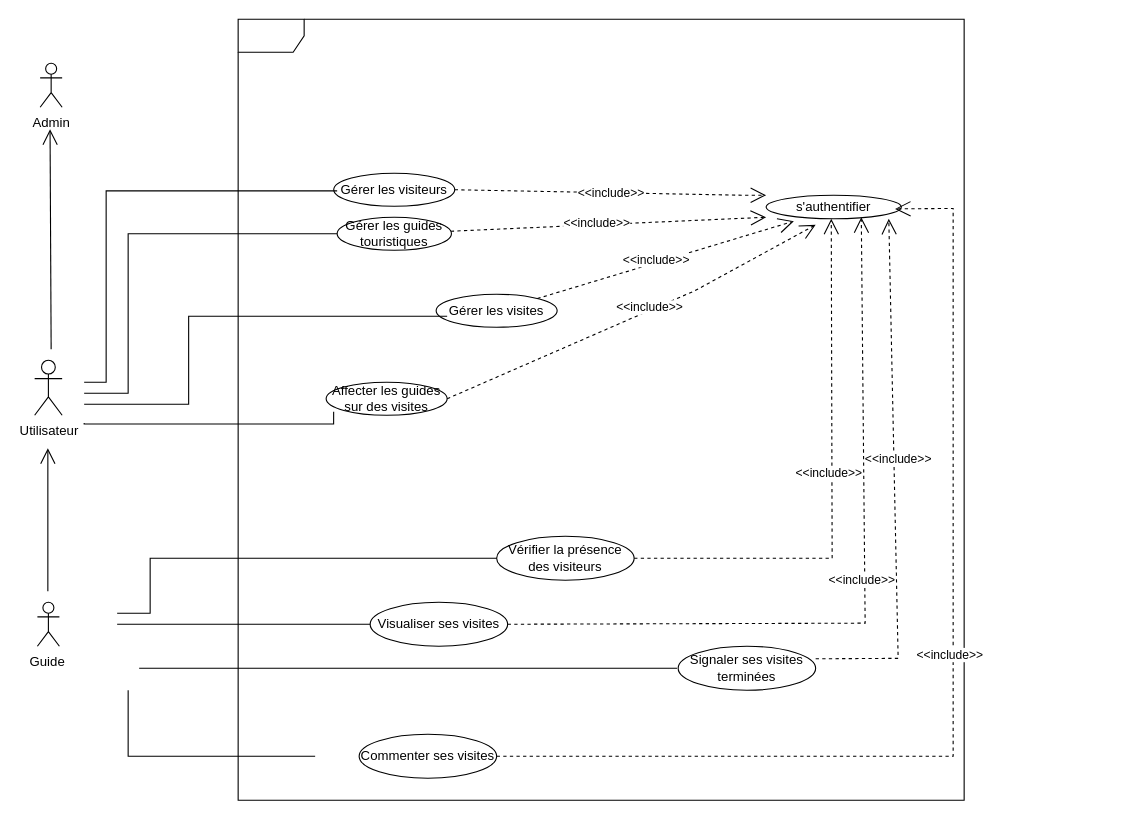
Above: Docs/Diagrammes/Diagramme de cas d'utilisation.drawio in fresnel25/Travel_Paradise_Project (draw.io), before the change. Source tidied: cells renumbered, new cells numbered last; positions are measured from the earlier drawing's top-left corner, leaving out a move shared by most shapes. Both pictures are drawn from the tidied source at 110%, with x=0, y=0 at pixel (34, 19).
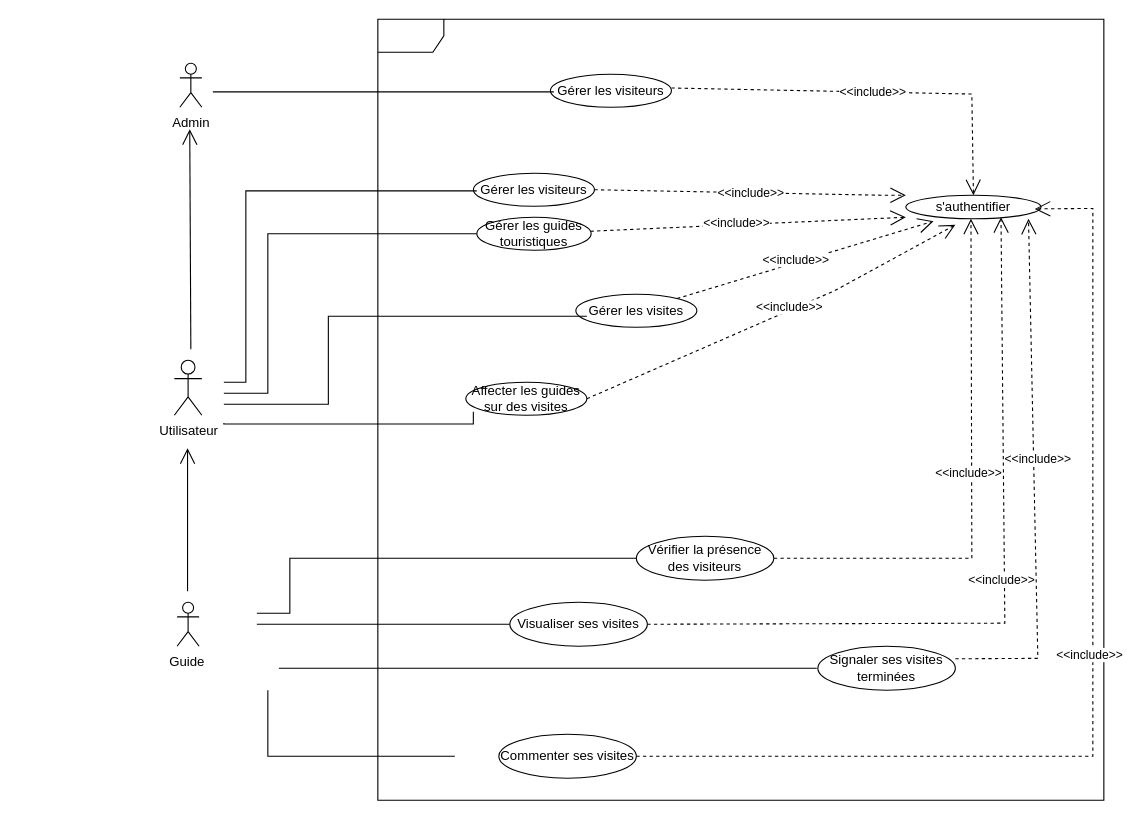
Above is the later version.

Commit message:
Mettre à jour Diagramme de cas d'utilisation.drawio

What changed in the source:
```diff
@@
+    <mxCell id="34" style="group;" parent="1" vertex="1">
+      <mxGeometry x="127" width="845" height="710" as="geometry" />
+    </mxCell>
-    <mxCell id="2" value="Admin" style="shape=umlActor;verticalLabelPosition=bottom;verticalAlign=top;html=1;" parent="1" vertex="1">
+    <mxCell id="2" value="Admin" style="shape=umlActor;verticalLabelPosition=bottom;verticalAlign=top;html=1;" parent="34" vertex="1">
       <mxGeometry x="5" y="40" width="20" height="40" as="geometry" />
     </mxCell>
-    <mxCell id="3" value="Guide&amp;nbsp;" style="shape=umlActor;verticalLabelPosition=bottom;verticalAlign=top;html=1;" parent="1" vertex="1">
+    <mxCell id="3" value="Guide&amp;nbsp;" style="shape=umlActor;verticalLabelPosition=bottom;verticalAlign=top;html=1;" parent="34" vertex="1">
       <mxGeometry x="2.5" y="530" width="20" height="40" as="geometry" />
     </mxCell>
-    <mxCell id="4" value="&amp;nbsp;" style="shape=umlFrame;whiteSpace=wrap;html=1;" parent="1" vertex="1">
+    <mxCell id="4" value="&amp;nbsp;" style="shape=umlFrame;whiteSpace=wrap;html=1;" parent="34" vertex="1">
       <mxGeometry x="185" width="660" height="710" as="geometry" />
     </mxCell>
-    <mxCell id="5" value="Gérer les visiteurs" style="ellipse;whiteSpace=wrap;html=1;" parent="1" vertex="1">
+    <mxCell id="5" value="Gérer les visiteurs" style="ellipse;whiteSpace=wrap;html=1;" parent="34" vertex="1">
       <mxGeometry x="271.9" y="140" width="110" height="30" as="geometry" />
     </mxCell>
-    <mxCell id="6" value="s'authentifier" style="ellipse;whiteSpace=wrap;html=1;" parent="1" vertex="1">
+    <mxCell id="6" value="s'authentifier" style="ellipse;whiteSpace=wrap;html=1;" parent="34" vertex="1">
       <mxGeometry x="665" y="160" width="122.9" height="21.4" as="geometry" />
     </mxCell>
-    <mxCell id="7" value="&amp;lt;&amp;lt;include&amp;gt;&amp;gt;" style="endArrow=open;endSize=12;dashed=1;html=1;rounded=0;exitX=1;exitY=0.5;exitDx=0;exitDy=0;" parent="1" edge="1" source="5">
+    <mxCell id="7" value="&amp;lt;&amp;lt;include&amp;gt;&amp;gt;" style="endArrow=open;endSize=12;dashed=1;html=1;rounded=0;exitX=1;exitY=0.5;exitDx=0;exitDy=0;" parent="34" edge="1" source="5">
       <mxGeometry relative="1" as="geometry">
         <mxPoint x="665" y="160" as="targetPoint" />
         <Array as="points">
           <mxPoint x="645" y="160" />
         </Array>
       </mxGeometry>
     </mxCell>
-    <mxCell id="8" value="Utilisateur" style="shape=umlActor;verticalLabelPosition=bottom;verticalAlign=top;html=1;" parent="1" vertex="1">
+    <mxCell id="8" value="Utilisateur" style="shape=umlActor;verticalLabelPosition=bottom;verticalAlign=top;html=1;" parent="34" vertex="1">
       <mxGeometry y="310" width="25" height="50" as="geometry" />
     </mxCell>
-    <mxCell id="9" value="Gérer les visites" style="ellipse;whiteSpace=wrap;html=1;" parent="1" vertex="1">
+    <mxCell id="9" value="Gérer les visites" style="ellipse;whiteSpace=wrap;html=1;" parent="34" vertex="1">
       <mxGeometry x="365" y="250" width="110" height="30" as="geometry" />
     </mxCell>
-    <mxCell id="10" value="&amp;lt;&amp;lt;include&amp;gt;&amp;gt;" style="endArrow=open;endSize=12;dashed=1;html=1;rounded=0;entryX=0.205;entryY=1.101;entryDx=0;entryDy=0;entryPerimeter=0;" parent="1" edge="1" source="9" target="6">
+    <mxCell id="10" value="&amp;lt;&amp;lt;include&amp;gt;&amp;gt;" style="endArrow=open;endSize=12;dashed=1;html=1;rounded=0;entryX=0.205;entryY=1.101;entryDx=0;entryDy=0;entryPerimeter=0;" parent="34" edge="1" source="9" target="6">
       <mxGeometry x="-0.07" y="2" relative="1" as="geometry" />
     </mxCell>
-    <mxCell id="11" style="group;" parent="1" vertex="1">
+    <mxCell id="11" style="group;" parent="34" vertex="1">
       <mxGeometry x="325" y="130" width="340" height="50" as="geometry" />
     </mxCell>
@@
-    <mxCell id="13" value="Affecter les guides sur des visites" style="ellipse;whiteSpace=wrap;html=1;" parent="1" vertex="1">
+    <mxCell id="13" value="Affecter les guides sur des visites" style="ellipse;whiteSpace=wrap;html=1;" parent="34" vertex="1">
       <mxGeometry x="265" y="330" width="110" height="30" as="geometry" />
     </mxCell>
-    <mxCell id="14" value="&amp;lt;&amp;lt;include&amp;gt;&amp;gt;" style="endArrow=open;endSize=12;dashed=1;html=1;rounded=0;exitX=1;exitY=0.5;exitDx=0;exitDy=0;" parent="1" edge="1" source="13">
+    <mxCell id="14" value="&amp;lt;&amp;lt;include&amp;gt;&amp;gt;" style="endArrow=open;endSize=12;dashed=1;html=1;rounded=0;exitX=1;exitY=0.5;exitDx=0;exitDy=0;" parent="34" edge="1" source="13">
       <mxGeometry x="0.09" y="3" relative="1" as="geometry">
         <mxPoint x="710" y="186.9" as="targetPoint" />
         <Array as="points">
           <mxPoint x="600" y="246.9" />
         </Array>
       </mxGeometry>
     </mxCell>
-    <mxCell id="15" style="endArrow=none;html=1;edgeStyle=orthogonalEdgeStyle;rounded=0;entryX=0.062;entryY=0.893;entryDx=0;entryDy=0;entryPerimeter=0;" parent="1" edge="1" target="13">
+    <mxCell id="15" style="endArrow=none;html=1;edgeStyle=orthogonalEdgeStyle;rounded=0;entryX=0.062;entryY=0.893;entryDx=0;entryDy=0;entryPerimeter=0;" parent="34" edge="1" target="13">
       <mxGeometry relative="1" as="geometry">
         <mxPoint x="45" y="367" as="sourcePoint" />
         <Array as="points">
           <mxPoint x="45" y="368" />
           <mxPoint x="272" y="368" />
         </Array>
       </mxGeometry>
     </mxCell>
-    <mxCell id="16" style="endArrow=none;html=1;edgeStyle=orthogonalEdgeStyle;rounded=0;" parent="1" edge="1">
+    <mxCell id="16" style="endArrow=none;html=1;edgeStyle=orthogonalEdgeStyle;rounded=0;" parent="34" edge="1">
       <mxGeometry relative="1" as="geometry">
         <mxPoint x="45" y="330" as="sourcePoint" />
         <mxPoint x="275" y="156" as="targetPoint" />
         <Array as="points">
           <mxPoint x="65" y="330" />
           <mxPoint x="65" y="156" />
         </Array>
       </mxGeometry>
     </mxCell>
-    <mxCell id="17" style="endArrow=none;html=1;edgeStyle=orthogonalEdgeStyle;rounded=0;entryX=0;entryY=0.5;entryDx=0;entryDy=0;" parent="1" edge="1" target="33">
+    <mxCell id="17" style="endArrow=none;html=1;edgeStyle=orthogonalEdgeStyle;rounded=0;entryX=0;entryY=0.5;entryDx=0;entryDy=0;" parent="34" edge="1" target="33">
       <mxGeometry relative="1" as="geometry">
         <mxPoint x="45" y="340" as="sourcePoint" />
         <Array as="points">
           <mxPoint x="85" y="340" />
           <mxPoint x="85" y="195" />
         </Array>
       </mxGeometry>
     </mxCell>
-    <mxCell id="18" style="endArrow=none;html=1;edgeStyle=orthogonalEdgeStyle;rounded=0;entryX=0.073;entryY=0.867;entryDx=0;entryDy=0;entryPerimeter=0;" parent="1" edge="1">
+    <mxCell id="18" style="endArrow=none;html=1;edgeStyle=orthogonalEdgeStyle;rounded=0;entryX=0.073;entryY=0.867;entryDx=0;entryDy=0;entryPerimeter=0;" parent="34" edge="1">
       <mxGeometry relative="1" as="geometry">
         <mxPoint x="45" y="350" as="sourcePoint" />
         <mxPoint x="375" y="270" as="targetPoint" />
         <Array as="points">
           <mxPoint x="83" y="350" />
           <mxPoint x="140" y="350" />
           <mxPoint x="140" y="270" />
         </Array>
       </mxGeometry>
     </mxCell>
-    <mxCell id="19" value="Visualiser ses visites" style="ellipse;whiteSpace=wrap;html=1;" parent="1" vertex="1">
+    <mxCell id="19" value="Visualiser ses visites" style="ellipse;whiteSpace=wrap;html=1;" parent="34" vertex="1">
       <mxGeometry x="305" y="530" width="125" height="40" as="geometry" />
     </mxCell>
-    <mxCell id="20" value="Vérifier la présence des visiteurs" style="ellipse;whiteSpace=wrap;html=1;" parent="1" vertex="1">
+    <mxCell id="20" value="Vérifier la présence des visiteurs" style="ellipse;whiteSpace=wrap;html=1;" parent="34" vertex="1">
       <mxGeometry x="420" y="470" width="125" height="40" as="geometry" />
     </mxCell>
-    <mxCell id="21" value="Commenter ses visites" style="ellipse;whiteSpace=wrap;html=1;" parent="1" vertex="1">
+    <mxCell id="21" value="Commenter ses visites" style="ellipse;whiteSpace=wrap;html=1;" parent="34" vertex="1">
       <mxGeometry x="295" y="650" width="125" height="40" as="geometry" />
     </mxCell>
-    <mxCell id="22" value="Signaler ses visites terminées" style="ellipse;whiteSpace=wrap;html=1;" parent="1" vertex="1">
+    <mxCell id="22" value="Signaler ses visites terminées" style="ellipse;whiteSpace=wrap;html=1;" parent="34" vertex="1">
       <mxGeometry x="585" y="570" width="125" height="40" as="geometry" />
     </mxCell>
-    <mxCell id="23" style="endArrow=none;html=1;edgeStyle=orthogonalEdgeStyle;rounded=0;entryX=0;entryY=0.5;entryDx=0;entryDy=0;" parent="1" edge="1" target="20">
+    <mxCell id="23" style="endArrow=none;html=1;edgeStyle=orthogonalEdgeStyle;rounded=0;entryX=0;entryY=0.5;entryDx=0;entryDy=0;" parent="34" edge="1" target="20">
       <mxGeometry relative="1" as="geometry">
         <mxPoint x="75" y="540" as="sourcePoint" />
         <Array as="points">
           <mxPoint x="105" y="540" />
           <mxPoint x="105" y="490" />
         </Array>
       </mxGeometry>
     </mxCell>
-    <mxCell id="24" style="endArrow=none;html=1;edgeStyle=orthogonalEdgeStyle;rounded=0;" parent="1" edge="1" target="19">
+    <mxCell id="24" style="endArrow=none;html=1;edgeStyle=orthogonalEdgeStyle;rounded=0;" parent="34" edge="1" target="19">
       <mxGeometry relative="1" as="geometry">
         <mxPoint x="75" y="550" as="sourcePoint" />
         <Array as="points">
           <mxPoint x="205" y="550" />
           <mxPoint x="205" y="550" />
         </Array>
       </mxGeometry>
     </mxCell>
-    <mxCell id="25" style="endArrow=none;html=1;edgeStyle=orthogonalEdgeStyle;rounded=0;" parent="1" edge="1">
+    <mxCell id="25" style="endArrow=none;html=1;edgeStyle=orthogonalEdgeStyle;rounded=0;" parent="34" edge="1">
       <mxGeometry relative="1" as="geometry">
         <mxPoint x="95" y="590" as="sourcePoint" />
         <mxPoint x="545" y="590" as="targetPoint" />
         <Array as="points">
           <mxPoint x="584" y="589.5" />
         </Array>
       </mxGeometry>
     </mxCell>
-    <mxCell id="26" style="endArrow=none;html=1;edgeStyle=orthogonalEdgeStyle;rounded=0;" parent="1" edge="1">
+    <mxCell id="26" style="endArrow=none;html=1;edgeStyle=orthogonalEdgeStyle;rounded=0;" parent="34" edge="1">
       <mxGeometry relative="1" as="geometry">
         <mxPoint x="85" y="610" as="sourcePoint" />
         <mxPoint x="255" y="670" as="targetPoint" />
         <Array as="points">
           <mxPoint x="85" y="670" />
         </Array>
       </mxGeometry>
     </mxCell>
-    <mxCell id="27" value="&amp;lt;&amp;lt;include&amp;gt;&amp;gt;" style="endArrow=open;endSize=12;dashed=1;html=1;rounded=0;exitX=1;exitY=0.5;exitDx=0;exitDy=0;" parent="1" edge="1">
+    <mxCell id="27" value="&amp;lt;&amp;lt;include&amp;gt;&amp;gt;" style="endArrow=open;endSize=12;dashed=1;html=1;rounded=0;exitX=1;exitY=0.5;exitDx=0;exitDy=0;" parent="34" edge="1">
       <mxGeometry x="0.08" y="-4" relative="1" as="geometry">
         <mxPoint x="710" y="581.4" as="sourcePoint" />
         <mxPoint x="776.5" y="181.4" as="targetPoint" />
         <Array as="points">
           <mxPoint x="785" y="581" />
           <mxPoint x="776.5" y="181.4" />
         </Array>
       </mxGeometry>
     </mxCell>
-    <mxCell id="28" value="&amp;lt;&amp;lt;include&amp;gt;&amp;gt;" style="endArrow=open;endSize=12;dashed=1;html=1;rounded=0;entryX=0.791;entryY=1.045;entryDx=0;entryDy=0;entryPerimeter=0;exitX=1;exitY=0.5;exitDx=0;exitDy=0;" parent="1" edge="1" source="21">
+    <mxCell id="28" value="&amp;lt;&amp;lt;include&amp;gt;&amp;gt;" style="endArrow=open;endSize=12;dashed=1;html=1;rounded=0;entryX=0.791;entryY=1.045;entryDx=0;entryDy=0;entryPerimeter=0;exitX=1;exitY=0.5;exitDx=0;exitDy=0;" parent="34" edge="1" source="21">
       <mxGeometry x="0.05" y="3" relative="1" as="geometry">
         <mxPoint x="782.2" y="172.4" as="targetPoint" />
         <Array as="points">
           <mxPoint x="835" y="670" />
           <mxPoint x="835" y="172" />
         </Array>
       </mxGeometry>
     </mxCell>
-    <mxCell id="29" value="&amp;lt;&amp;lt;include&amp;gt;&amp;gt;" style="endArrow=open;endSize=12;dashed=1;html=1;rounded=0;exitX=1;exitY=0.5;exitDx=0;exitDy=0;" parent="1" edge="1" source="19">
+    <mxCell id="29" value="&amp;lt;&amp;lt;include&amp;gt;&amp;gt;" style="endArrow=open;endSize=12;dashed=1;html=1;rounded=0;exitX=1;exitY=0.5;exitDx=0;exitDy=0;" parent="34" edge="1" source="19">
       <mxGeometry x="0.05" y="3" relative="1" as="geometry">
         <mxPoint x="751.5" y="180" as="targetPoint" />
         <Array as="points">
           <mxPoint x="755" y="549" />
           <mxPoint x="751.5" y="180" />
         </Array>
       </mxGeometry>
     </mxCell>
-    <mxCell id="30" value="&amp;lt;&amp;lt;include&amp;gt;&amp;gt;" style="endArrow=open;endSize=12;dashed=1;html=1;rounded=0;exitX=1;exitY=0.5;exitDx=0;exitDy=0;" parent="1" edge="1" source="20">
+    <mxCell id="30" value="&amp;lt;&amp;lt;include&amp;gt;&amp;gt;" style="endArrow=open;endSize=12;dashed=1;html=1;rounded=0;exitX=1;exitY=0.5;exitDx=0;exitDy=0;" parent="34" edge="1" source="20">
       <mxGeometry x="0.05" y="3" relative="1" as="geometry">
         <mxPoint x="724.2" y="181.4" as="targetPoint" />
         <Array as="points">
           <mxPoint x="725" y="490" />
           <mxPoint x="724.2" y="181.4" />
         </Array>
       </mxGeometry>
     </mxCell>
-    <mxCell id="31" style="endArrow=open;endFill=1;endSize=12;html=1;rounded=0;" parent="1" edge="1">
+    <mxCell id="31" style="endArrow=open;endFill=1;endSize=12;html=1;rounded=0;" parent="34" edge="1">
       <mxGeometry relative="1" as="geometry">
         <mxPoint x="12" y="520" as="sourcePoint" />
         <mxPoint x="12" y="390" as="targetPoint" />
       </mxGeometry>
     </mxCell>
-    <mxCell id="32" style="endArrow=open;endFill=1;endSize=12;html=1;rounded=0;" parent="1" edge="1">
+    <mxCell id="32" style="endArrow=open;endFill=1;endSize=12;html=1;rounded=0;" parent="34" edge="1">
       <mxGeometry relative="1" as="geometry">
         <mxPoint x="15" y="300" as="sourcePoint" />
         <mxPoint x="14" y="100" as="targetPoint" />
       </mxGeometry>
     </mxCell>
-    <mxCell id="33" value="Gérer les guides touristiques" style="ellipse;whiteSpace=wrap;html=1;" parent="1" vertex="1">
+    <mxCell id="33" value="Gérer les guides touristiques" style="ellipse;whiteSpace=wrap;html=1;" parent="34" vertex="1">
       <mxGeometry x="275" y="180" width="103.9" height="30" as="geometry" />
     </mxCell>
+    <mxCell id="35" value="Gérer les visiteurs" style="ellipse;whiteSpace=wrap;html=1;" parent="34" vertex="1">
+      <mxGeometry x="341.9" y="50" width="110" height="30" as="geometry" />
+    </mxCell>
+    <mxCell id="36" style="endArrow=none;html=1;edgeStyle=orthogonalEdgeStyle;rounded=0;" parent="34" edge="1">
+      <mxGeometry relative="1" as="geometry">
+        <mxPoint x="35" y="66" as="sourcePoint" />
+        <mxPoint x="345" y="66" as="targetPoint" />
+        <Array as="points">
+          <mxPoint x="115" y="66" />
+        </Array>
+      </mxGeometry>
+    </mxCell>
+    <mxCell id="37" value="&amp;lt;&amp;lt;include&amp;gt;&amp;gt;" style="endArrow=open;endSize=12;dashed=1;html=1;rounded=0;exitX=1;exitY=0.5;exitDx=0;exitDy=0;entryX=0.5;entryY=0;entryDx=0;entryDy=0;" parent="34" edge="1" target="6">
+      <mxGeometry relative="1" as="geometry">
+        <mxPoint x="451.9" y="62.5" as="sourcePoint" />
+        <Array as="points">
+          <mxPoint x="725" y="68" />
+        </Array>
+      </mxGeometry>
+    </mxCell>
```
